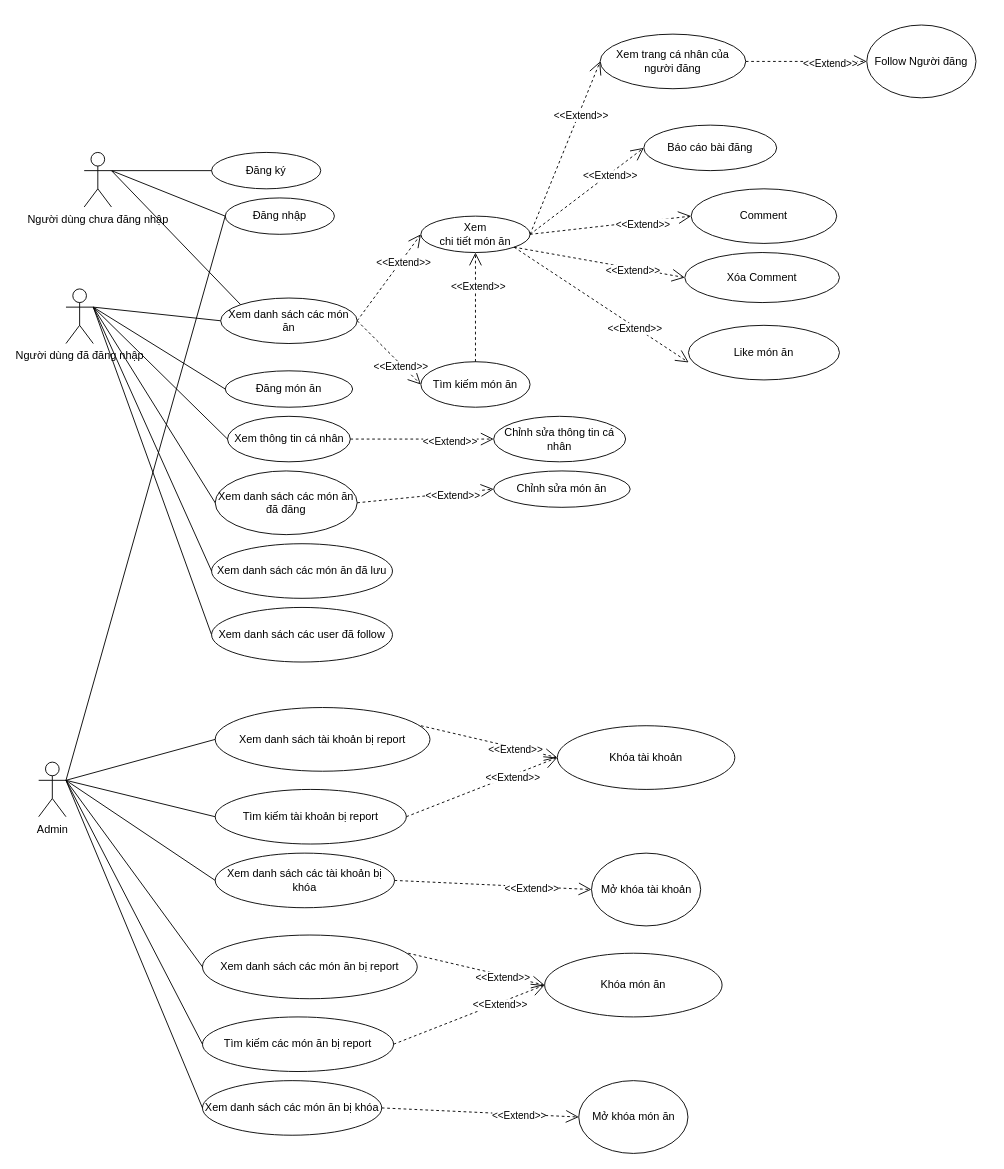
This is Documentation/Usecase Diagram.drawio from ledangkhoa11-4/Software-Design-Final-Project-20KTPM2, a draw.io file, before an edit. Source tidied: cells renumbered, new cells numbered last; positions are measured from the earlier drawing's top-left corner, leaving out a move shared by most shapes. Both pictures are drawn from the tidied source at 91%, with x=0, y=0 at pixel (38, 25).
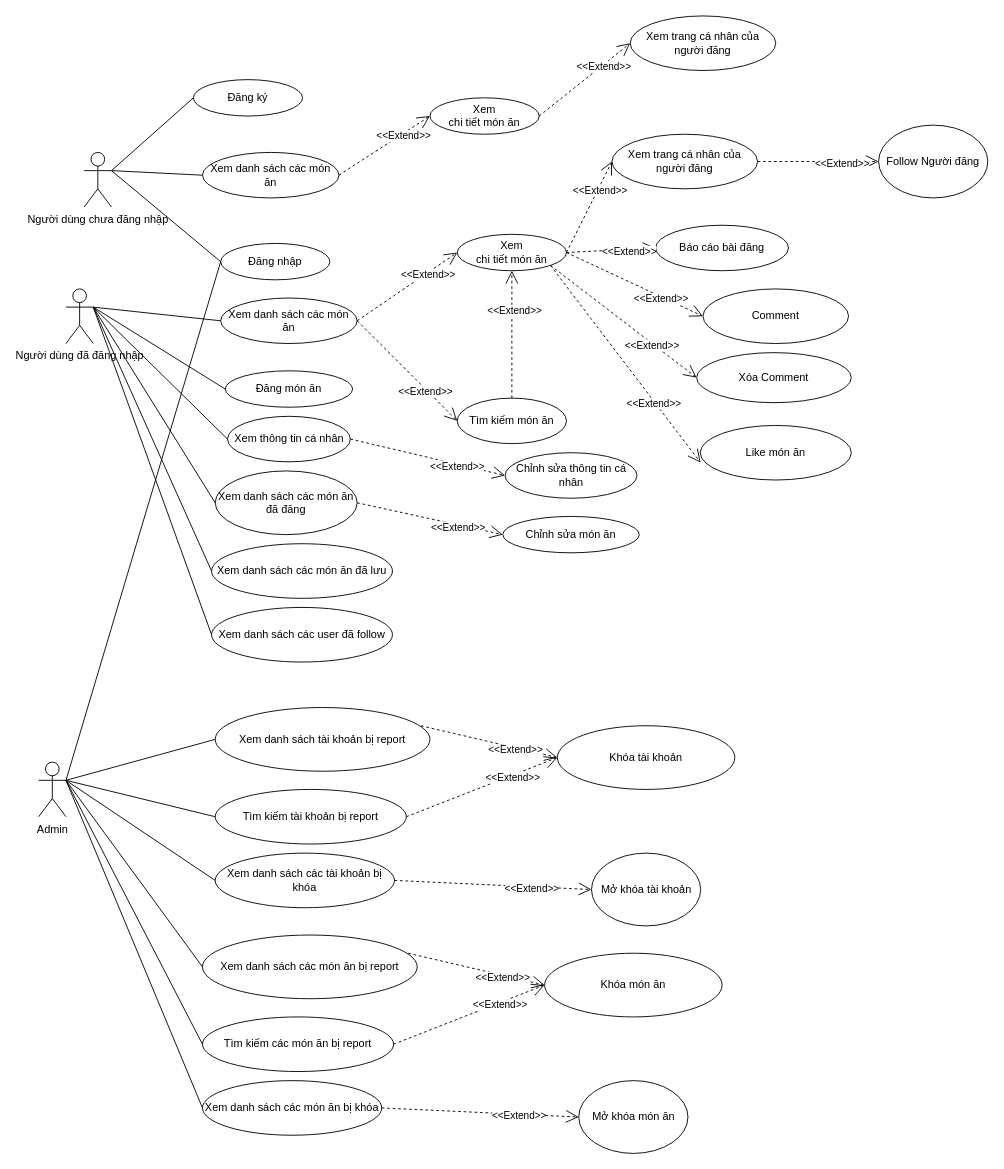
After the change.

Commit message (it also covers changes not shown here):
Update diagram and add usecase specification

Unchanged cells that the change refers to:
```xml
<mxCell id="2" value="Người dùng chưa đăng nhập" style="shape=umlActor;verticalLabelPosition=bottom;verticalAlign=top;html=1;outlineConnect=0;" parent="1" vertex="1">
  <mxGeometry x="50" y="140" width="30" height="60" as="geometry" />
</mxCell>
<mxCell id="16" value="Xem danh sách các món ăn" style="ellipse;whiteSpace=wrap;html=1;" parent="1" vertex="1">
  <mxGeometry x="200" y="300" width="150" height="50" as="geometry" />
</mxCell>
```

Diff of the diagram source:
```diff
@@
     <mxCell id="5" value="Đăng nhập" style="ellipse;whiteSpace=wrap;html=1;" parent="1" vertex="1">
-      <mxGeometry x="205" y="190" width="120" height="40" as="geometry" />
+      <mxGeometry x="200" y="240" width="120" height="40" as="geometry" />
     </mxCell>
     <mxCell id="6" value="Đăng ký" style="ellipse;whiteSpace=wrap;html=1;" parent="1" vertex="1">
-      <mxGeometry x="190" y="140" width="120" height="40" as="geometry" />
+      <mxGeometry x="170" y="60" width="120" height="40" as="geometry" />
     </mxCell>
@@
     <mxCell id="9" value="Xem&lt;br/&gt;chi tiết món ăn" style="ellipse;whiteSpace=wrap;html=1;" parent="1" vertex="1">
-      <mxGeometry x="420" y="210" width="120" height="40" as="geometry" />
+      <mxGeometry x="460" y="230" width="120" height="40" as="geometry" />
     </mxCell>
     <mxCell id="10" value="Tìm kiếm món ăn" style="ellipse;whiteSpace=wrap;html=1;" parent="1" vertex="1">
-      <mxGeometry x="420" y="370" width="120" height="50" as="geometry" />
+      <mxGeometry x="460" y="410" width="120" height="50" as="geometry" />
     </mxCell>
     <mxCell id="11" value="Xem trang cá nhân của người đăng" style="ellipse;whiteSpace=wrap;html=1;" parent="1" vertex="1">
-      <mxGeometry x="617" y="10" width="160" height="60" as="geometry" />
+      <mxGeometry x="630" y="120" width="160" height="60" as="geometry" />
     </mxCell>
@@
     <mxCell id="15" value="Báo cáo bài đăng" style="ellipse;whiteSpace=wrap;html=1;" parent="1" vertex="1">
-      <mxGeometry x="665" y="110" width="146" height="50" as="geometry" />
+      <mxGeometry x="678" y="220" width="146" height="50" as="geometry" />
     </mxCell>
@@
-    <mxCell id="17" style="endArrow=none;html=1;rounded=0;exitX=1;exitY=0.3333333333333333;exitDx=0;exitDy=0;exitPerimeter=0;entryX=0;entryY=0;entryDx=0;entryDy=0;" parent="1" edge="1" source="2" target="16">
-      <mxGeometry relative="1" as="geometry" />
-    </mxCell>
@@
     <mxCell id="26" value="Chỉnh sửa món ăn" style="ellipse;whiteSpace=wrap;html=1;" parent="1" vertex="1">
-      <mxGeometry x="500" y="490" width="150" height="40" as="geometry" />
+      <mxGeometry x="510" y="540" width="150" height="40" as="geometry" />
     </mxCell>
@@
     <mxCell id="35" value="Chỉnh sửa thông tin cá nhân" style="ellipse;whiteSpace=wrap;html=1;" parent="1" vertex="1">
-      <mxGeometry x="500" y="430" width="145" height="50" as="geometry" />
+      <mxGeometry x="512.5" y="470" width="145" height="50" as="geometry" />
     </mxCell>
@@
     <mxCell id="43" value="Comment" style="ellipse;whiteSpace=wrap;html=1;" parent="1" vertex="1">
-      <mxGeometry x="717" y="180" width="160" height="60" as="geometry" />
+      <mxGeometry x="730" y="290" width="160" height="60" as="geometry" />
     </mxCell>
     <mxCell id="44" value="Xóa Comment" style="ellipse;whiteSpace=wrap;html=1;" parent="1" vertex="1">
-      <mxGeometry x="710" y="250" width="170" height="55" as="geometry" />
+      <mxGeometry x="723" y="360" width="170" height="55" as="geometry" />
     </mxCell>
@@
     <mxCell id="49" value="Like món ăn" style="ellipse;whiteSpace=wrap;html=1;" parent="1" vertex="1">
-      <mxGeometry x="714" y="330" width="166" height="60" as="geometry" />
+      <mxGeometry x="727" y="440" width="166" height="60" as="geometry" />
     </mxCell>
@@
     <mxCell id="52" value="Follow Người đăng" style="ellipse;whiteSpace=wrap;html=1;" parent="1" vertex="1">
-      <mxGeometry x="910" width="120" height="80" as="geometry" />
+      <mxGeometry x="923" y="110" width="120" height="80" as="geometry" />
     </mxCell>
@@
+    <mxCell id="83" value="Xem&lt;br/&gt;chi tiết món ăn" style="ellipse;whiteSpace=wrap;html=1;" parent="1" vertex="1">
+      <mxGeometry x="430" y="80" width="120" height="40" as="geometry" />
+    </mxCell>
+    <mxCell id="84" value="Xem trang cá nhân của người đăng" style="ellipse;whiteSpace=wrap;html=1;" parent="1" vertex="1">
+      <mxGeometry x="650" y="-10" width="160" height="60" as="geometry" />
+    </mxCell>
+    <mxCell id="85" style="endArrow=open;dashed=1;endFill=0;endSize=12;html=1;rounded=0;exitX=1;exitY=0.5;exitDx=0;exitDy=0;entryX=0;entryY=0.5;entryDx=0;entryDy=0;" parent="1" edge="1" source="87" target="83">
+      <mxGeometry relative="1" as="geometry" />
+    </mxCell>
+    <mxCell id="86" value="&amp;lt;&amp;lt;Extend&amp;gt;&amp;gt;" style="edgeLabel;html=1;align=center;verticalAlign=middle;" parent="85" vertex="1">
+      <mxGeometry x="0.39" y="-2" relative="1" as="geometry" />
+    </mxCell>
+    <mxCell id="87" value="Xem danh sách các món ăn" style="ellipse;whiteSpace=wrap;html=1;" parent="1" vertex="1">
+      <mxGeometry x="180" y="140" width="150" height="50" as="geometry" />
+    </mxCell>
+    <mxCell id="88" style="endArrow=open;dashed=1;endFill=0;endSize=12;html=1;rounded=0;exitX=1;exitY=0.5;exitDx=0;exitDy=0;entryX=0;entryY=0.5;entryDx=0;entryDy=0;" parent="1" edge="1" source="83" target="84">
+      <mxGeometry relative="1" as="geometry" />
+    </mxCell>
+    <mxCell id="89" value="&amp;lt;&amp;lt;Extend&amp;gt;&amp;gt;" style="edgeLabel;html=1;align=center;verticalAlign=middle;" parent="88" vertex="1">
+      <mxGeometry x="0.39" y="-2" relative="1" as="geometry" />
+    </mxCell>
+    <mxCell id="90" style="endArrow=none;html=1;rounded=0;exitX=1;exitY=0.3333333333333333;exitDx=0;exitDy=0;exitPerimeter=0;entryX=0;entryY=0.5;entryDx=0;entryDy=0;" parent="1" edge="1" source="2" target="87">
+      <mxGeometry relative="1" as="geometry" />
+    </mxCell>
```
